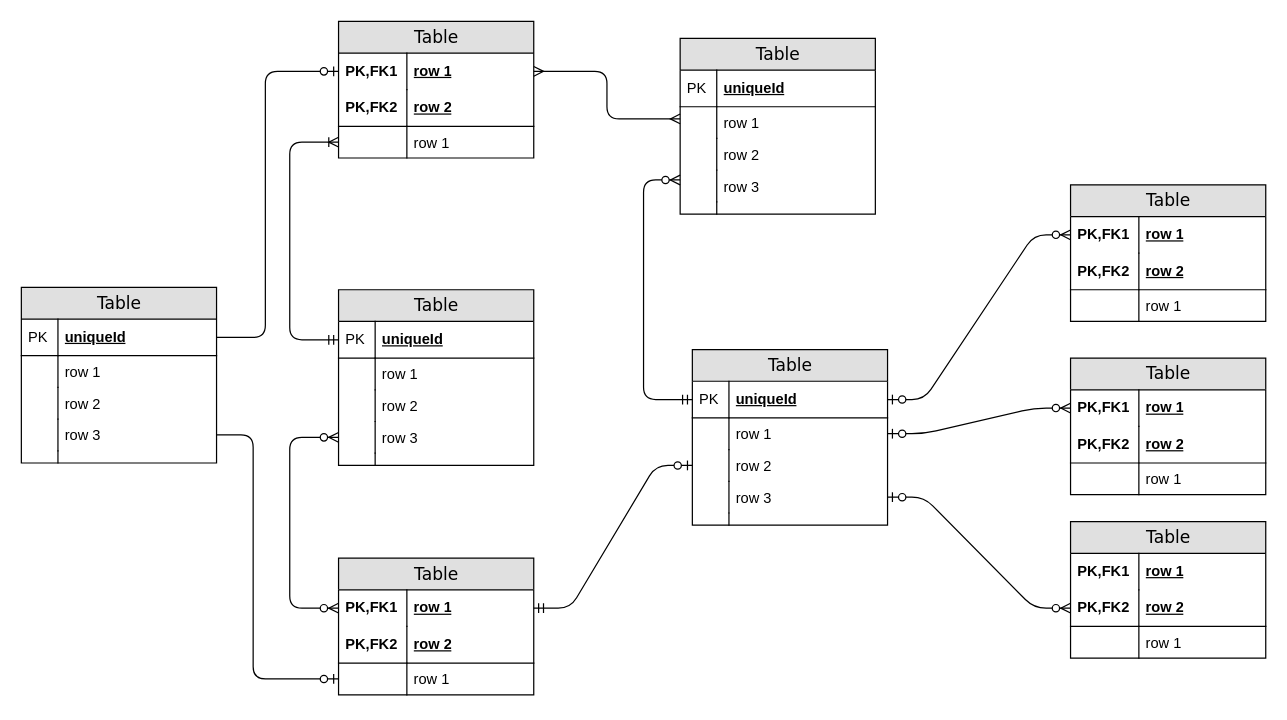
amitkumar-29/java-practice keeps this draw.io diagram as src/Untitled Diagram.drawio. Above is the earlier version. Source tidied: cells renumbered, new cells numbered last; positions are measured from the earlier drawing's top-left corner, leaving out a move shared by most shapes. Both pictures are drawn from the tidied source at 122%, with x=0, y=0 at pixel (21, 21).
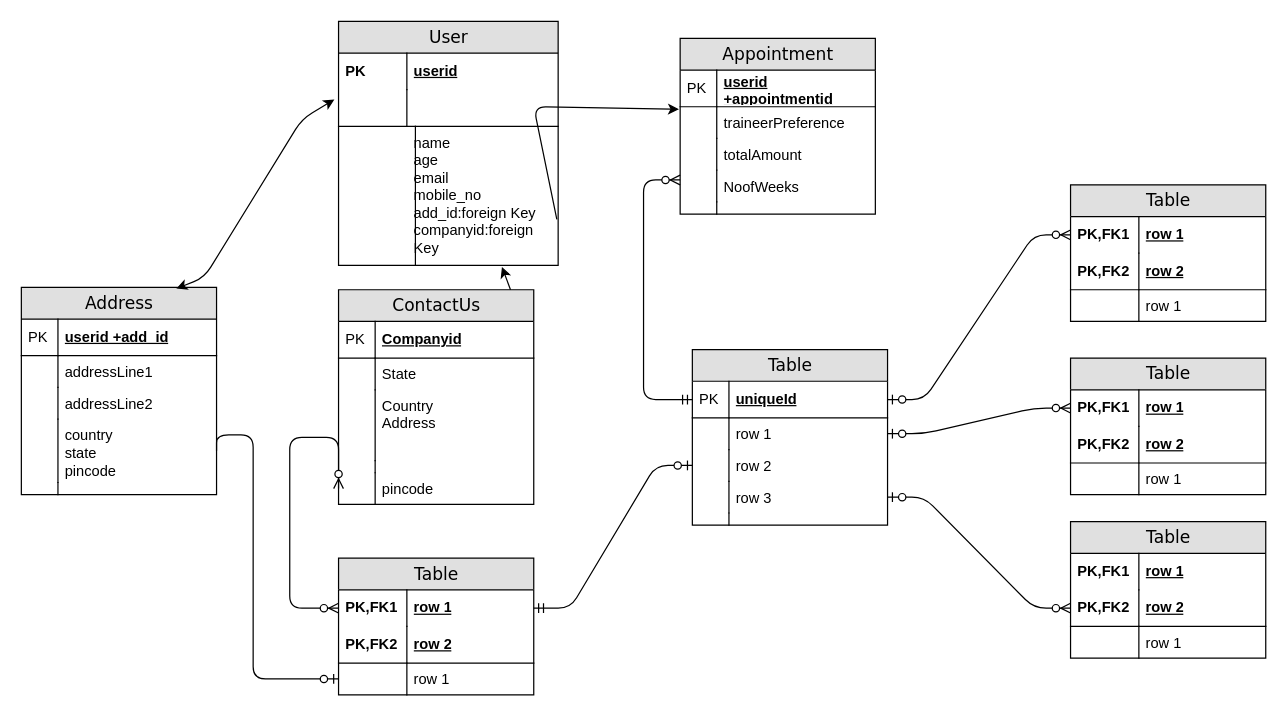
After the change.

Commit message:
Er diagram draft -1

What changed in the source:
```diff
@@
-    <mxCell id="2" value="Table" style="swimlane;html=1;fontStyle=0;horizontal=1;startSize=26;fillColor=#e0e0e0;swimlaneFillColor=#ffffff;align=center;rounded=0;shadow=0;comic=0;labelBackgroundColor=none;strokeWidth=1;fontFamily=Verdana;fontSize=14;" parent="1" vertex="1">
-      <mxGeometry x="260" width="160" height="112" as="geometry" />
+    <mxCell id="2" value="User" style="swimlane;html=1;fontStyle=0;horizontal=1;startSize=26;fillColor=#e0e0e0;swimlaneFillColor=#ffffff;align=center;rounded=0;shadow=0;comic=0;labelBackgroundColor=none;strokeWidth=1;fontFamily=Verdana;fontSize=14;" parent="1" vertex="1">
+      <mxGeometry x="260" width="180" height="200" as="geometry" />
     </mxCell>
-    <mxCell id="3" value="row 1" style="shape=partialRectangle;top=0;left=0;right=0;bottom=0;html=1;align=left;verticalAlign=middle;fillColor=none;spacingLeft=60;spacingRight=4;whiteSpace=wrap;overflow=hidden;points=[[0,0.5],[1,0.5]];portConstraint=eastwest;fontStyle=5;" parent="2" vertex="1">
-      <mxGeometry y="26" width="160" height="30" as="geometry" />
+    <mxCell id="3" value="userid" style="shape=partialRectangle;top=0;left=0;right=0;bottom=0;html=1;align=left;verticalAlign=middle;fillColor=none;spacingLeft=60;spacingRight=4;whiteSpace=wrap;overflow=hidden;points=[[0,0.5],[1,0.5]];portConstraint=eastwest;fontStyle=5;" parent="2" vertex="1">
+      <mxGeometry y="26" width="180" height="30" as="geometry" />
     </mxCell>
-    <mxCell id="4" value="PK,FK1" style="shape=partialRectangle;fontStyle=1;top=0;left=0;bottom=0;html=1;fillColor=none;align=left;verticalAlign=middle;spacingLeft=4;spacingRight=4;whiteSpace=wrap;overflow=hidden;" parent="3" vertex="1">
+    <mxCell id="4" value="PK" style="shape=partialRectangle;fontStyle=1;top=0;left=0;bottom=0;html=1;fillColor=none;align=left;verticalAlign=middle;spacingLeft=4;spacingRight=4;whiteSpace=wrap;overflow=hidden;" parent="3" vertex="1">
       <mxGeometry width="56" height="30" as="geometry" />
     </mxCell>
-    <mxCell id="5" value="row 2" style="shape=partialRectangle;top=0;left=0;right=0;bottom=1;html=1;align=left;verticalAlign=middle;fillColor=none;spacingLeft=60;spacingRight=4;whiteSpace=wrap;overflow=hidden;points=[[0,0.5],[1,0.5]];portConstraint=eastwest;fontStyle=5;" parent="2" vertex="1">
-      <mxGeometry y="56" width="160" height="30" as="geometry" />
+    <mxCell id="5" style="shape=partialRectangle;top=0;left=0;right=0;bottom=1;html=1;align=left;verticalAlign=middle;fillColor=none;spacingLeft=60;spacingRight=4;whiteSpace=wrap;overflow=hidden;points=[[0,0.5],[1,0.5]];portConstraint=eastwest;fontStyle=5;" parent="2" vertex="1">
+      <mxGeometry y="56" width="180" height="30" as="geometry" />
     </mxCell>
-    <mxCell id="6" value="PK,FK2" style="shape=partialRectangle;fontStyle=1;top=0;left=0;bottom=0;html=1;fillColor=none;align=left;verticalAlign=middle;spacingLeft=4;spacingRight=4;whiteSpace=wrap;overflow=hidden;" parent="5" vertex="1">
+    <mxCell id="6" style="shape=partialRectangle;fontStyle=1;top=0;left=0;bottom=0;html=1;fillColor=none;align=left;verticalAlign=middle;spacingLeft=4;spacingRight=4;whiteSpace=wrap;overflow=hidden;" parent="5" vertex="1">
       <mxGeometry width="56" height="30" as="geometry" />
     </mxCell>
-    <mxCell id="7" value="row 1" style="shape=partialRectangle;top=0;left=0;right=0;bottom=0;html=1;align=left;verticalAlign=top;fillColor=none;spacingLeft=60;spacingRight=4;whiteSpace=wrap;overflow=hidden;points=[[0,0.5],[1,0.5]];portConstraint=eastwest;" parent="2" vertex="1">
-      <mxGeometry y="86" width="160" height="26" as="geometry" />
+    <mxCell id="7" value="name&lt;br&gt;age&amp;nbsp;&lt;br&gt;email&lt;br&gt;mobile_no&lt;br&gt;add_id:foreign Key&lt;br&gt;companyid:foreign Key&lt;br&gt;" style="shape=partialRectangle;top=0;left=0;right=0;bottom=0;html=1;align=left;verticalAlign=top;fillColor=none;spacingLeft=60;spacingRight=4;whiteSpace=wrap;overflow=hidden;points=[[0,0.5],[1,0.5]];portConstraint=eastwest;" parent="2" vertex="1">
+      <mxGeometry y="86" width="180" height="114" as="geometry" />
     </mxCell>
     <mxCell id="8" style="shape=partialRectangle;top=0;left=0;bottom=0;html=1;fillColor=none;align=left;verticalAlign=top;spacingLeft=4;spacingRight=4;whiteSpace=wrap;overflow=hidden;" parent="7" vertex="1">
-      <mxGeometry width="56" height="26" as="geometry" />
+      <mxGeometry width="63" height="114" as="geometry" />
     </mxCell>
-    <mxCell id="9" value="Table" style="swimlane;html=1;fontStyle=0;horizontal=1;startSize=26;fillColor=#e0e0e0;swimlaneFillColor=#ffffff;align=center;rounded=0;shadow=0;comic=0;labelBackgroundColor=none;strokeWidth=1;fontFamily=Verdana;fontSize=14;swimlaneLine=1;" parent="1" vertex="1">
+    <mxCell id="9" value="Appointment" style="swimlane;html=1;fontStyle=0;horizontal=1;startSize=26;fillColor=#e0e0e0;swimlaneFillColor=#ffffff;align=center;rounded=0;shadow=0;comic=0;labelBackgroundColor=none;strokeWidth=1;fontFamily=Verdana;fontSize=14;swimlaneLine=1;" parent="1" vertex="1">
       <mxGeometry x="540" y="14" width="160" height="144" as="geometry" />
     </mxCell>
-    <mxCell id="10" value="uniqueId" style="shape=partialRectangle;top=0;left=0;right=0;bottom=1;html=1;align=left;verticalAlign=middle;fillColor=none;spacingLeft=34;spacingRight=4;whiteSpace=wrap;overflow=hidden;fontStyle=5;" parent="9" vertex="1">
+    <mxCell id="10" value="userid +appointmentid" style="shape=partialRectangle;top=0;left=0;right=0;bottom=1;html=1;align=left;verticalAlign=middle;fillColor=none;spacingLeft=34;spacingRight=4;whiteSpace=wrap;overflow=hidden;fontStyle=5;" parent="9" vertex="1">
       <mxGeometry y="26" width="160" height="30" as="geometry" />
     </mxCell>
@@
-    <mxCell id="12" value="row 1" style="shape=partialRectangle;top=0;left=0;right=0;bottom=0;html=1;align=left;verticalAlign=top;fillColor=none;spacingLeft=34;spacingRight=4;whiteSpace=wrap;overflow=hidden;points=[[0,0.5],[1,0.5]];portConstraint=eastwest;" parent="9" vertex="1">
+    <mxCell id="12" value="traineerPreference" style="shape=partialRectangle;top=0;left=0;right=0;bottom=0;html=1;align=left;verticalAlign=top;fillColor=none;spacingLeft=34;spacingRight=4;whiteSpace=wrap;overflow=hidden;points=[[0,0.5],[1,0.5]];portConstraint=eastwest;" parent="9" vertex="1">
       <mxGeometry y="56" width="160" height="26" as="geometry" />
     </mxCell>
@@
-    <mxCell id="14" value="row 2" style="shape=partialRectangle;top=0;left=0;right=0;bottom=0;html=1;align=left;verticalAlign=top;fillColor=none;spacingLeft=34;spacingRight=4;whiteSpace=wrap;overflow=hidden;" parent="9" vertex="1">
+    <mxCell id="14" value="totalAmount&amp;nbsp;" style="shape=partialRectangle;top=0;left=0;right=0;bottom=0;html=1;align=left;verticalAlign=top;fillColor=none;spacingLeft=34;spacingRight=4;whiteSpace=wrap;overflow=hidden;" parent="9" vertex="1">
       <mxGeometry y="82" width="160" height="26" as="geometry" />
     </mxCell>
@@
-    <mxCell id="16" value="row 3" style="shape=partialRectangle;top=0;left=0;right=0;bottom=0;html=1;align=left;verticalAlign=top;fillColor=none;spacingLeft=34;spacingRight=4;whiteSpace=wrap;overflow=hidden;points=[[0,0.5],[1,0.5]];portConstraint=eastwest;" parent="9" vertex="1">
+    <mxCell id="16" value="NoofWeeks" style="shape=partialRectangle;top=0;left=0;right=0;bottom=0;html=1;align=left;verticalAlign=top;fillColor=none;spacingLeft=34;spacingRight=4;whiteSpace=wrap;overflow=hidden;points=[[0,0.5],[1,0.5]];portConstraint=eastwest;" parent="9" vertex="1">
       <mxGeometry y="108" width="160" height="26" as="geometry" />
     </mxCell>
@@
-    <mxCell id="20" value="Table" style="swimlane;html=1;fontStyle=0;horizontal=1;startSize=26;fillColor=#e0e0e0;swimlaneFillColor=#ffffff;align=center;rounded=0;shadow=0;comic=0;labelBackgroundColor=none;strokeWidth=1;fontFamily=Verdana;fontSize=14;" parent="1" vertex="1">
-      <mxGeometry x="260" y="220" width="160" height="144" as="geometry" />
+    <mxCell id="20" value="ContactUs" style="swimlane;html=1;fontStyle=0;horizontal=1;startSize=26;fillColor=#e0e0e0;swimlaneFillColor=#ffffff;align=center;rounded=0;shadow=0;comic=0;labelBackgroundColor=none;strokeWidth=1;fontFamily=Verdana;fontSize=14;" parent="1" vertex="1">
+      <mxGeometry x="260" y="220" width="160" height="176" as="geometry" />
     </mxCell>
-    <mxCell id="21" value="uniqueId" style="shape=partialRectangle;top=0;left=0;right=0;bottom=1;html=1;align=left;verticalAlign=middle;fillColor=none;spacingLeft=34;spacingRight=4;whiteSpace=wrap;overflow=hidden;points=[[0,0.5],[1,0.5]];portConstraint=eastwest;fontStyle=5;" parent="20" vertex="1">
+    <mxCell id="21" value="Companyid" style="shape=partialRectangle;top=0;left=0;right=0;bottom=1;html=1;align=left;verticalAlign=middle;fillColor=none;spacingLeft=34;spacingRight=4;whiteSpace=wrap;overflow=hidden;points=[[0,0.5],[1,0.5]];portConstraint=eastwest;fontStyle=5;" parent="20" vertex="1">
       <mxGeometry y="26" width="160" height="30" as="geometry" />
     </mxCell>
@@
-    <mxCell id="23" value="row 1" style="shape=partialRectangle;top=0;left=0;right=0;bottom=0;html=1;align=left;verticalAlign=top;fillColor=none;spacingLeft=34;spacingRight=4;whiteSpace=wrap;overflow=hidden;" parent="20" vertex="1">
+    <mxCell id="23" value="State" style="shape=partialRectangle;top=0;left=0;right=0;bottom=0;html=1;align=left;verticalAlign=top;fillColor=none;spacingLeft=34;spacingRight=4;whiteSpace=wrap;overflow=hidden;" parent="20" vertex="1">
       <mxGeometry y="56" width="160" height="26" as="geometry" />
     </mxCell>
@@
-    <mxCell id="25" value="row 2" style="shape=partialRectangle;top=0;left=0;right=0;bottom=0;html=1;align=left;verticalAlign=top;fillColor=none;spacingLeft=34;spacingRight=4;whiteSpace=wrap;overflow=hidden;" parent="20" vertex="1">
-      <mxGeometry y="82" width="160" height="26" as="geometry" />
+    <mxCell id="25" value="Country&amp;nbsp;&lt;br&gt;Address" style="shape=partialRectangle;top=0;left=0;right=0;bottom=0;html=1;align=left;verticalAlign=top;fillColor=none;spacingLeft=34;spacingRight=4;whiteSpace=wrap;overflow=hidden;" parent="20" vertex="1">
+      <mxGeometry y="82" width="160" height="58" as="geometry" />
     </mxCell>
     <mxCell id="26" style="shape=partialRectangle;top=0;left=0;bottom=0;html=1;fillColor=none;align=left;verticalAlign=top;spacingLeft=4;spacingRight=4;whiteSpace=wrap;overflow=hidden;" parent="25" vertex="1">
-      <mxGeometry width="30" height="26" as="geometry" />
+      <mxGeometry width="30" height="58" as="geometry" />
     </mxCell>
+    <mxCell id="29" style="shape=partialRectangle;top=0;left=0;right=0;bottom=0;html=1;align=left;verticalAlign=top;fillColor=none;spacingLeft=34;spacingRight=4;whiteSpace=wrap;overflow=hidden;" parent="20" vertex="1">
+      <mxGeometry y="140" width="160" height="10" as="geometry" />
+    </mxCell>
+    <mxCell id="30" style="shape=partialRectangle;top=0;left=0;bottom=0;html=1;fillColor=none;align=left;verticalAlign=top;spacingLeft=4;spacingRight=4;whiteSpace=wrap;overflow=hidden;" parent="29" vertex="1">
+      <mxGeometry width="30" height="10" as="geometry" />
+    </mxCell>
-    <mxCell id="27" value="row 3" style="shape=partialRectangle;top=0;left=0;right=0;bottom=0;html=1;align=left;verticalAlign=top;fillColor=none;spacingLeft=34;spacingRight=4;whiteSpace=wrap;overflow=hidden;points=[[0,0.5],[1,0.5]];portConstraint=eastwest;" parent="20" vertex="1">
-      <mxGeometry y="108" width="160" height="26" as="geometry" />
+    <mxCell id="27" value="pincode" style="shape=partialRectangle;top=0;left=0;right=0;bottom=0;html=1;align=left;verticalAlign=top;fillColor=none;spacingLeft=34;spacingRight=4;whiteSpace=wrap;overflow=hidden;points=[[0,0.5],[1,0.5]];portConstraint=eastwest;" parent="20" vertex="1">
+      <mxGeometry y="150" width="160" height="26" as="geometry" />
     </mxCell>
@@
-    <mxCell id="29" style="shape=partialRectangle;top=0;left=0;right=0;bottom=0;html=1;align=left;verticalAlign=top;fillColor=none;spacingLeft=34;spacingRight=4;whiteSpace=wrap;overflow=hidden;" parent="20" vertex="1">
-      <mxGeometry y="134" width="160" height="10" as="geometry" />
-    </mxCell>
-    <mxCell id="30" style="shape=partialRectangle;top=0;left=0;bottom=0;html=1;fillColor=none;align=left;verticalAlign=top;spacingLeft=4;spacingRight=4;whiteSpace=wrap;overflow=hidden;" parent="29" vertex="1">
-      <mxGeometry width="30" height="10" as="geometry" />
-    </mxCell>
@@
-    <mxCell id="56" style="edgeStyle=orthogonalEdgeStyle;html=1;endArrow=ERoneToMany;startArrow=ERmandOne;labelBackgroundColor=none;fontFamily=Verdana;fontSize=14;entryX=0;entryY=0.5;exitX=0;exitY=0.5;" parent="1" edge="1" source="21" target="7">
-      <mxGeometry relative="1" as="geometry">
-        <Array as="points">
-          <mxPoint x="220" y="261" />
-          <mxPoint x="220" y="99" />
-        </Array>
-      </mxGeometry>
-    </mxCell>
@@
-    <mxCell id="58" style="edgeStyle=orthogonalEdgeStyle;html=1;endArrow=ERmany;startArrow=ERmany;labelBackgroundColor=none;fontFamily=Verdana;fontSize=14;entryX=1;entryY=0.5;exitX=0;exitY=0.383;exitPerimeter=0;" parent="1" edge="1" source="12" target="3">
-      <mxGeometry relative="1" as="geometry">
-        <Array as="points">
-          <mxPoint x="480" y="80" />
-          <mxPoint x="480" y="41" />
-        </Array>
-      </mxGeometry>
-    </mxCell>
@@
-    <mxCell id="78" value="Table" style="swimlane;html=1;fontStyle=0;horizontal=1;startSize=26;fillColor=#e0e0e0;swimlaneFillColor=#ffffff;align=center;rounded=0;shadow=0;comic=0;labelBackgroundColor=none;strokeWidth=1;fontFamily=Verdana;fontSize=14;" parent="1" vertex="1">
-      <mxGeometry y="218" width="160" height="144" as="geometry" />
+    <mxCell id="78" value="Address" style="swimlane;html=1;fontStyle=0;horizontal=1;startSize=26;fillColor=#e0e0e0;swimlaneFillColor=#ffffff;align=center;rounded=0;shadow=0;comic=0;labelBackgroundColor=none;strokeWidth=1;fontFamily=Verdana;fontSize=14;" parent="1" vertex="1">
+      <mxGeometry y="218" width="160" height="170" as="geometry" />
     </mxCell>
-    <mxCell id="79" value="uniqueId" style="shape=partialRectangle;top=0;left=0;right=0;bottom=1;html=1;align=left;verticalAlign=middle;fillColor=none;spacingLeft=34;spacingRight=4;whiteSpace=wrap;overflow=hidden;points=[[0,0.5],[1,0.5]];portConstraint=eastwest;fontStyle=5;" parent="78" vertex="1">
+    <mxCell id="79" value="userid +add_id" style="shape=partialRectangle;top=0;left=0;right=0;bottom=1;html=1;align=left;verticalAlign=middle;fillColor=none;spacingLeft=34;spacingRight=4;whiteSpace=wrap;overflow=hidden;points=[[0,0.5],[1,0.5]];portConstraint=eastwest;fontStyle=5;" parent="78" vertex="1">
       <mxGeometry y="26" width="160" height="30" as="geometry" />
     </mxCell>
@@
-    <mxCell id="81" value="row 1" style="shape=partialRectangle;top=0;left=0;right=0;bottom=0;html=1;align=left;verticalAlign=top;fillColor=none;spacingLeft=34;spacingRight=4;whiteSpace=wrap;overflow=hidden;" parent="78" vertex="1">
+    <mxCell id="81" value="addressLine1" style="shape=partialRectangle;top=0;left=0;right=0;bottom=0;html=1;align=left;verticalAlign=top;fillColor=none;spacingLeft=34;spacingRight=4;whiteSpace=wrap;overflow=hidden;" parent="78" vertex="1">
       <mxGeometry y="56" width="160" height="26" as="geometry" />
     </mxCell>
@@
-    <mxCell id="83" value="row 2" style="shape=partialRectangle;top=0;left=0;right=0;bottom=0;html=1;align=left;verticalAlign=top;fillColor=none;spacingLeft=34;spacingRight=4;whiteSpace=wrap;overflow=hidden;" parent="78" vertex="1">
+    <mxCell id="83" value="addressLine2" style="shape=partialRectangle;top=0;left=0;right=0;bottom=0;html=1;align=left;verticalAlign=top;fillColor=none;spacingLeft=34;spacingRight=4;whiteSpace=wrap;overflow=hidden;" parent="78" vertex="1">
       <mxGeometry y="82" width="160" height="26" as="geometry" />
     </mxCell>
@@
-    <mxCell id="85" value="row 3" style="shape=partialRectangle;top=0;left=0;right=0;bottom=0;html=1;align=left;verticalAlign=top;fillColor=none;spacingLeft=34;spacingRight=4;whiteSpace=wrap;overflow=hidden;points=[[0,0.5],[1,0.5]];portConstraint=eastwest;" parent="78" vertex="1">
-      <mxGeometry y="108" width="160" height="26" as="geometry" />
+    <mxCell id="85" value="country&lt;br&gt;state&amp;nbsp;&lt;br&gt;pincode" style="shape=partialRectangle;top=0;left=0;right=0;bottom=0;html=1;align=left;verticalAlign=top;fillColor=none;spacingLeft=34;spacingRight=4;whiteSpace=wrap;overflow=hidden;points=[[0,0.5],[1,0.5]];portConstraint=eastwest;" parent="78" vertex="1">
+      <mxGeometry y="108" width="160" height="52" as="geometry" />
     </mxCell>
     <mxCell id="86" style="shape=partialRectangle;top=0;left=0;bottom=0;html=1;fillColor=none;align=left;verticalAlign=top;spacingLeft=4;spacingRight=4;whiteSpace=wrap;overflow=hidden;" parent="85" vertex="1">
-      <mxGeometry width="30" height="26" as="geometry" />
+      <mxGeometry width="30" height="52" as="geometry" />
     </mxCell>
     <mxCell id="87" style="shape=partialRectangle;top=0;left=0;right=0;bottom=0;html=1;align=left;verticalAlign=top;fillColor=none;spacingLeft=34;spacingRight=4;whiteSpace=wrap;overflow=hidden;" parent="78" vertex="1">
-      <mxGeometry y="134" width="160" height="10" as="geometry" />
+      <mxGeometry y="160" width="160" height="10" as="geometry" />
     </mxCell>
@@
-    <mxCell id="89" style="edgeStyle=orthogonalEdgeStyle;html=1;endArrow=ERzeroToOne;endFill=1;labelBackgroundColor=none;fontFamily=Verdana;fontSize=14;entryX=0;entryY=0.5;exitX=1;exitY=0.5;" parent="1" edge="1" source="79" target="3">
-      <mxGeometry relative="1" as="geometry">
-        <Array as="points">
-          <mxPoint x="200" y="259" />
-          <mxPoint x="200" y="41" />
-        </Array>
-      </mxGeometry>
-    </mxCell>
@@
+    <mxCell id="91" style="endArrow=classic;html=1;entryX=-0.006;entryY=0.077;entryDx=0;entryDy=0;entryPerimeter=0;exitX=0.994;exitY=0.67;exitDx=0;exitDy=0;exitPerimeter=0;" parent="1" edge="1" source="7" target="12">
+      <mxGeometry relative="1" as="geometry">
+        <Array as="points">
+          <mxPoint x="420" y="70" />
+        </Array>
+      </mxGeometry>
+    </mxCell>
+    <mxCell id="92" style="endArrow=classic;startArrow=classic;html=1;entryX=-0.019;entryY=0.267;entryDx=0;entryDy=0;entryPerimeter=0;exitX=0.794;exitY=0.006;exitDx=0;exitDy=0;exitPerimeter=0;" parent="1" edge="1" source="78" target="5">
+      <mxGeometry relative="1" as="geometry">
+        <Array as="points">
+          <mxPoint x="150" y="210" />
+          <mxPoint x="230" y="80" />
+        </Array>
+      </mxGeometry>
+    </mxCell>
+    <mxCell id="93" style="endArrow=classic;html=1;entryX=0.744;entryY=1.011;entryDx=0;entryDy=0;entryPerimeter=0;exitX=0.881;exitY=0;exitDx=0;exitDy=0;exitPerimeter=0;" parent="1" edge="1" source="20" target="7">
+      <mxGeometry relative="1" as="geometry" />
+    </mxCell>
```
